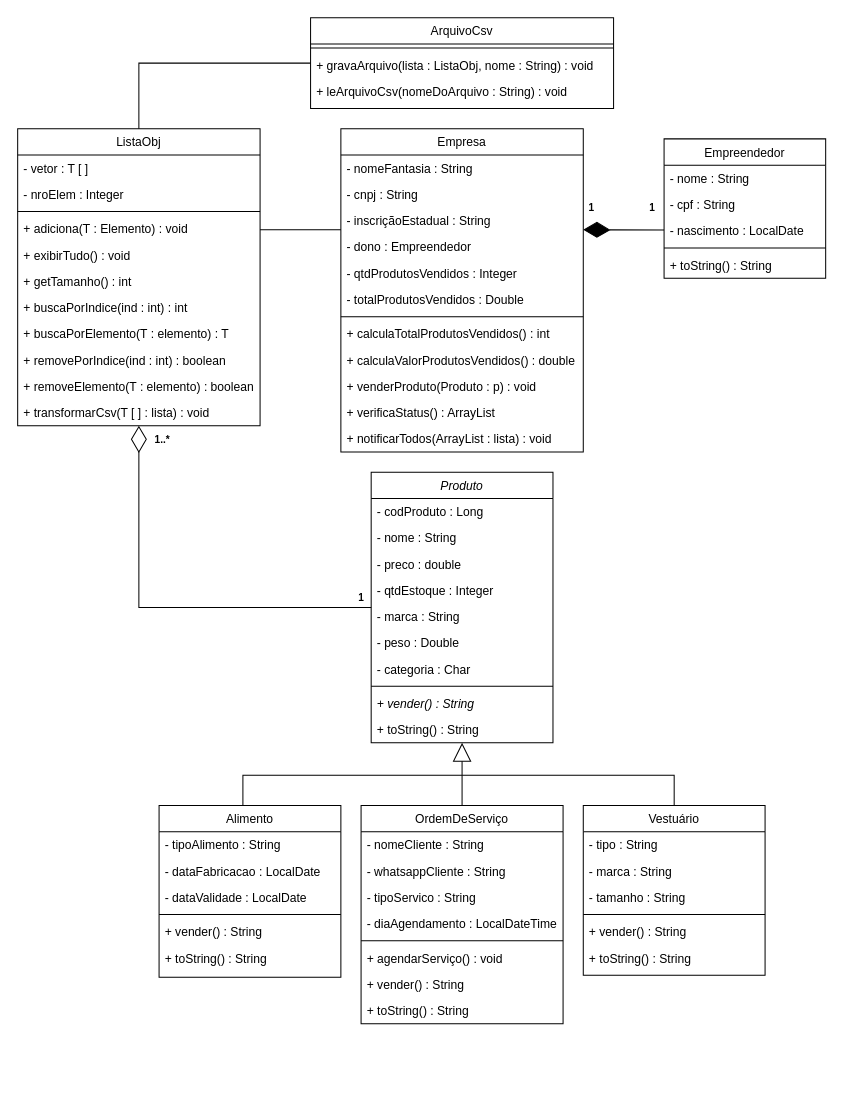
Before: Diagramas/UML/UML_Sollute.drawio in ogabrielalves/Sollute, a draw.io diagram. Source tidied: cells renumbered, new cells numbered last; positions are measured from the earlier drawing's top-left corner, leaving out a move shared by most shapes. Both pictures are drawn from the tidied source at 101%, with x=0, y=0 at pixel (17, 17).
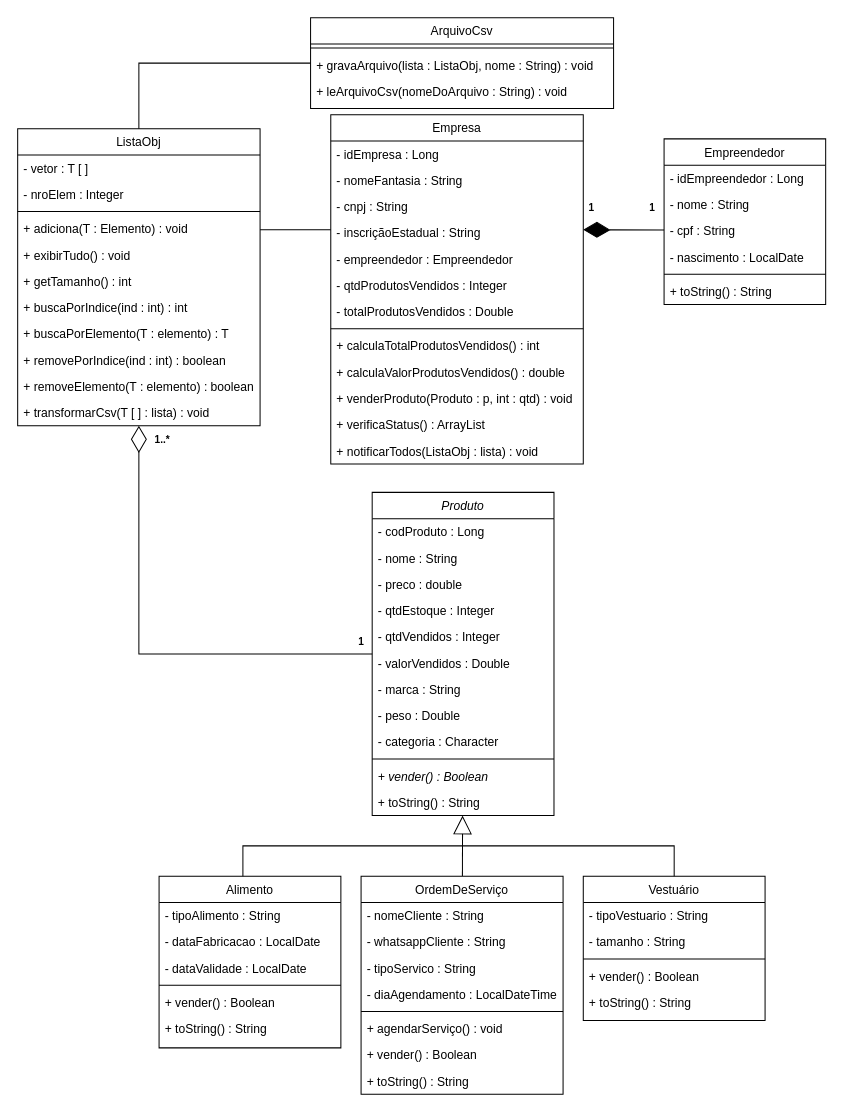
The same diagram, later.

The change refers to these unchanged cells:
```xml
<mxCell id="17" value="ListaObj" style="swimlane;fontStyle=0;align=center;verticalAlign=top;horizontal=1;startSize=26;rounded=0;shadow=0;strokeWidth=1;gradientColor=none;fillColor=default;" parent="1" vertex="1">
  <mxGeometry y="110" width="240" height="294" as="geometry" />
</mxCell>
```

Change to the diagram source:
```diff
@@
-    <mxCell id="4" value="Produto" style="swimlane;fontStyle=2;align=center;verticalAlign=top;horizontal=1;startSize=26;rounded=0;shadow=0;strokeWidth=1;" parent="1" vertex="1">
-      <mxGeometry x="350" y="450" width="180" height="268" as="geometry" />
+    <mxCell id="4" value="Produto" style="swimlane;fontStyle=2;align=center;verticalAlign=top;horizontal=1;startSize=26;rounded=0;shadow=0;strokeWidth=1;fillColor=default;" parent="1" vertex="1">
+      <mxGeometry x="351" y="470" width="180" height="320" as="geometry" />
     </mxCell>
@@
+    <mxCell id="82" value="- qtdVendidos : Integer" style="text;align=left;verticalAlign=top;spacingLeft=4;spacingRight=4;overflow=hidden;rounded=0;shadow=0;html=0;" parent="4" vertex="1">
+      <mxGeometry y="130" width="180" height="26" as="geometry" />
+    </mxCell>
+    <mxCell id="83" value="- valorVendidos : Double" style="text;align=left;verticalAlign=top;spacingLeft=4;spacingRight=4;overflow=hidden;rounded=0;shadow=0;html=0;" parent="4" vertex="1">
+      <mxGeometry y="156" width="180" height="26" as="geometry" />
+    </mxCell>
     <mxCell id="9" value="- marca : String" style="text;align=left;verticalAlign=top;spacingLeft=4;spacingRight=4;overflow=hidden;rounded=0;shadow=0;html=0;" parent="4" vertex="1">
-      <mxGeometry y="130" width="180" height="26" as="geometry" />
+      <mxGeometry y="182" width="180" height="26" as="geometry" />
     </mxCell>
     <mxCell id="10" value="- peso : Double" style="text;align=left;verticalAlign=top;spacingLeft=4;spacingRight=4;overflow=hidden;rounded=0;shadow=0;html=0;" parent="4" vertex="1">
-      <mxGeometry y="156" width="180" height="26" as="geometry" />
+      <mxGeometry y="208" width="180" height="26" as="geometry" />
     </mxCell>
-    <mxCell id="11" value="- categoria : Char" style="text;align=left;verticalAlign=top;spacingLeft=4;spacingRight=4;overflow=hidden;rounded=0;shadow=0;html=0;" parent="4" vertex="1">
-      <mxGeometry y="182" width="180" height="26" as="geometry" />
+    <mxCell id="11" value="- categoria : Character" style="text;align=left;verticalAlign=top;spacingLeft=4;spacingRight=4;overflow=hidden;rounded=0;shadow=0;html=0;" parent="4" vertex="1">
+      <mxGeometry y="234" width="180" height="26" as="geometry" />
     </mxCell>
     <mxCell id="12" style="line;html=1;strokeWidth=1;align=left;verticalAlign=middle;spacingTop=-1;spacingLeft=3;spacingRight=3;labelPosition=right;" parent="4" vertex="1">
-      <mxGeometry y="208" width="180" height="8" as="geometry" />
+      <mxGeometry y="260" width="180" height="8" as="geometry" />
     </mxCell>
-    <mxCell id="13" value="+ vender() : String" style="text;align=left;verticalAlign=top;spacingLeft=4;spacingRight=4;overflow=hidden;fontStyle=2;" parent="4" vertex="1">
-      <mxGeometry y="216" width="180" height="26" as="geometry" />
+    <mxCell id="13" value="+ vender() : Boolean" style="text;align=left;verticalAlign=top;spacingLeft=4;spacingRight=4;overflow=hidden;fontStyle=2;" parent="4" vertex="1">
+      <mxGeometry y="268" width="180" height="26" as="geometry" />
     </mxCell>
     <mxCell id="14" value="+ toString() : String" style="text;align=left;verticalAlign=top;spacingLeft=4;spacingRight=4;overflow=hidden;fontStyle=0;" parent="4" vertex="1">
-      <mxGeometry y="242" width="180" height="26" as="geometry" />
+      <mxGeometry y="294" width="180" height="26" as="geometry" />
     </mxCell>
@@
     <mxCell id="29" style="endArrow=diamondThin;endFill=0;endSize=24;html=1;rounded=0;" parent="1" edge="1" source="4" target="17">
       <mxGeometry relative="1" as="geometry">
         <Array as="points">
-          <mxPoint x="120" y="584" />
+          <mxPoint x="120" y="630" />
         </Array>
       </mxGeometry>
     </mxCell>
     <mxCell id="30" value="1" style="text;html=1;align=center;verticalAlign=middle;strokeColor=none;fillColor=none;fontSize=10;fontStyle=1;" parent="1" vertex="1">
-      <mxGeometry x="332" y="566" width="16" height="16" as="geometry" />
+      <mxGeometry x="332" y="610" width="16" height="16" as="geometry" />
     </mxCell>
@@
     <mxCell id="32" value="Empresa" style="swimlane;fontStyle=0;align=center;verticalAlign=top;horizontal=1;startSize=26;rounded=0;shadow=0;strokeWidth=1;gradientColor=none;" parent="1" vertex="1">
-      <mxGeometry x="320" y="110" width="240" height="320" as="geometry" />
+      <mxGeometry x="310" y="96" width="250" height="346" as="geometry" />
     </mxCell>
+    <mxCell id="84" value="- idEmpresa : Long" style="text;align=left;verticalAlign=top;spacingLeft=4;spacingRight=4;overflow=hidden;" parent="32" vertex="1">
+      <mxGeometry y="26" width="250" height="26" as="geometry" />
+    </mxCell>
     <mxCell id="33" value="- nomeFantasia : String" style="text;align=left;verticalAlign=top;spacingLeft=4;spacingRight=4;overflow=hidden;" parent="32" vertex="1">
-      <mxGeometry y="26" width="240" height="26" as="geometry" />
+      <mxGeometry y="52" width="250" height="26" as="geometry" />
     </mxCell>
     <mxCell id="34" value="- cnpj : String" style="text;align=left;verticalAlign=top;spacingLeft=4;spacingRight=4;overflow=hidden;rounded=0;shadow=0;html=0;" parent="32" vertex="1">
-      <mxGeometry y="52" width="240" height="26" as="geometry" />
+      <mxGeometry y="78" width="250" height="26" as="geometry" />
     </mxCell>
     <mxCell id="35" value="- inscriçãoEstadual : String" style="text;align=left;verticalAlign=top;spacingLeft=4;spacingRight=4;overflow=hidden;rounded=0;shadow=0;html=0;" parent="32" vertex="1">
-      <mxGeometry y="78" width="240" height="26" as="geometry" />
+      <mxGeometry y="104" width="250" height="26" as="geometry" />
     </mxCell>
-    <mxCell id="36" value="- dono : Empreendedor" style="text;align=left;verticalAlign=top;spacingLeft=4;spacingRight=4;overflow=hidden;rounded=0;shadow=0;html=0;" parent="32" vertex="1">
-      <mxGeometry y="104" width="240" height="26" as="geometry" />
+    <mxCell id="36" value="- empreendedor : Empreendedor" style="text;align=left;verticalAlign=top;spacingLeft=4;spacingRight=4;overflow=hidden;rounded=0;shadow=0;html=0;" parent="32" vertex="1">
+      <mxGeometry y="130" width="250" height="26" as="geometry" />
     </mxCell>
     <mxCell id="37" value="- qtdProdutosVendidos : Integer" style="text;align=left;verticalAlign=top;spacingLeft=4;spacingRight=4;overflow=hidden;rounded=0;shadow=0;html=0;" parent="32" vertex="1">
-      <mxGeometry y="130" width="240" height="26" as="geometry" />
+      <mxGeometry y="156" width="250" height="26" as="geometry" />
     </mxCell>
     <mxCell id="38" value="- totalProdutosVendidos : Double" style="text;align=left;verticalAlign=top;spacingLeft=4;spacingRight=4;overflow=hidden;rounded=0;shadow=0;html=0;" parent="32" vertex="1">
-      <mxGeometry y="156" width="240" height="26" as="geometry" />
+      <mxGeometry y="182" width="250" height="26" as="geometry" />
     </mxCell>
     <mxCell id="39" style="line;html=1;strokeWidth=1;align=left;verticalAlign=middle;spacingTop=-1;spacingLeft=3;spacingRight=3;labelPosition=right;" parent="32" vertex="1">
-      <mxGeometry y="182" width="240" height="8" as="geometry" />
+      <mxGeometry y="208" width="250" height="8" as="geometry" />
     </mxCell>
     <mxCell id="40" value="+ calculaTotalProdutosVendidos() : int" style="text;align=left;verticalAlign=top;spacingLeft=4;spacingRight=4;overflow=hidden;" parent="32" vertex="1">
-      <mxGeometry y="190" width="240" height="26" as="geometry" />
+      <mxGeometry y="216" width="250" height="26" as="geometry" />
     </mxCell>
     <mxCell id="41" value="+ calculaValorProdutosVendidos() : double" style="text;align=left;verticalAlign=top;spacingLeft=4;spacingRight=4;overflow=hidden;" parent="32" vertex="1">
-      <mxGeometry y="216" width="240" height="26" as="geometry" />
+      <mxGeometry y="242" width="250" height="26" as="geometry" />
     </mxCell>
-    <mxCell id="42" value="+ venderProduto(Produto : p) : void" style="text;align=left;verticalAlign=top;spacingLeft=4;spacingRight=4;overflow=hidden;" parent="32" vertex="1">
-      <mxGeometry y="242" width="240" height="26" as="geometry" />
+    <mxCell id="42" value="+ venderProduto(Produto : p, int : qtd) : void" style="text;align=left;verticalAlign=top;spacingLeft=4;spacingRight=4;overflow=hidden;" parent="32" vertex="1">
+      <mxGeometry y="268" width="250" height="26" as="geometry" />
     </mxCell>
     <mxCell id="43" value="+ verificaStatus() : ArrayList" style="text;align=left;verticalAlign=top;spacingLeft=4;spacingRight=4;overflow=hidden;" parent="32" vertex="1">
-      <mxGeometry y="268" width="240" height="26" as="geometry" />
+      <mxGeometry y="294" width="250" height="26" as="geometry" />
     </mxCell>
-    <mxCell id="44" value="+ notificarTodos(ArrayList : lista) : void" style="text;align=left;verticalAlign=top;spacingLeft=4;spacingRight=4;overflow=hidden;" parent="32" vertex="1">
-      <mxGeometry y="294" width="240" height="26" as="geometry" />
+    <mxCell id="44" value="+ notificarTodos(ListaObj : lista) : void" style="text;align=left;verticalAlign=top;spacingLeft=4;spacingRight=4;overflow=hidden;" parent="32" vertex="1">
+      <mxGeometry y="320" width="250" height="26" as="geometry" />
     </mxCell>
     <mxCell id="45" value="Empreendedor" style="swimlane;fontStyle=0;align=center;verticalAlign=top;horizontal=1;startSize=26;rounded=0;shadow=0;strokeWidth=1;" parent="1" vertex="1">
-      <mxGeometry x="640" y="120" width="160" height="138" as="geometry" />
+      <mxGeometry x="640" y="120" width="160" height="164" as="geometry" />
     </mxCell>
+    <mxCell id="85" value="- idEmpreendedor : Long" style="text;align=left;verticalAlign=top;spacingLeft=4;spacingRight=4;overflow=hidden;" parent="45" vertex="1">
+      <mxGeometry y="26" width="160" height="26" as="geometry" />
+    </mxCell>
     <mxCell id="46" value="- nome : String" style="text;align=left;verticalAlign=top;spacingLeft=4;spacingRight=4;overflow=hidden;" parent="45" vertex="1">
-      <mxGeometry y="26" width="160" height="26" as="geometry" />
+      <mxGeometry y="52" width="160" height="26" as="geometry" />
     </mxCell>
     <mxCell id="47" value="- cpf : String" style="text;align=left;verticalAlign=top;spacingLeft=4;spacingRight=4;overflow=hidden;rounded=0;shadow=0;html=0;" parent="45" vertex="1">
-      <mxGeometry y="52" width="160" height="26" as="geometry" />
+      <mxGeometry y="78" width="160" height="26" as="geometry" />
     </mxCell>
     <mxCell id="48" value="- nascimento : LocalDate" style="text;align=left;verticalAlign=top;spacingLeft=4;spacingRight=4;overflow=hidden;rounded=0;shadow=0;html=0;" parent="45" vertex="1">
-      <mxGeometry y="78" width="160" height="26" as="geometry" />
+      <mxGeometry y="104" width="160" height="26" as="geometry" />
     </mxCell>
     <mxCell id="49" style="line;html=1;strokeWidth=1;align=left;verticalAlign=middle;spacingTop=-1;spacingLeft=3;spacingRight=3;labelPosition=right;" parent="45" vertex="1">
-      <mxGeometry y="104" width="160" height="8" as="geometry" />
+      <mxGeometry y="130" width="160" height="8" as="geometry" />
     </mxCell>
     <mxCell id="50" value="+ toString() : String" style="text;align=left;verticalAlign=top;spacingLeft=4;spacingRight=4;overflow=hidden;fontStyle=0;" parent="45" vertex="1">
-      <mxGeometry y="112" width="160" height="26" as="geometry" />
+      <mxGeometry y="138" width="160" height="26" as="geometry" />
     </mxCell>
@@
     <mxCell id="56" style="endArrow=none;html=1;rounded=0;" parent="1" edge="1">
       <mxGeometry relative="1" as="geometry">
         <mxPoint x="240" y="210" as="sourcePoint" />
-        <mxPoint x="320" y="210" as="targetPoint" />
+        <mxPoint x="310" y="210" as="targetPoint" />
       </mxGeometry>
     </mxCell>
     <mxCell id="57" value="Alimento" style="swimlane;fontStyle=0;align=center;verticalAlign=top;horizontal=1;startSize=26;rounded=0;shadow=0;strokeWidth=1;" parent="1" vertex="1">
-      <mxGeometry x="140" y="780" width="180" height="170" as="geometry" />
+      <mxGeometry x="140" y="850" width="180" height="170" as="geometry" />
     </mxCell>
@@
-    <mxCell id="62" value="+ vender() : String" style="text;align=left;verticalAlign=top;spacingLeft=4;spacingRight=4;overflow=hidden;" parent="57" vertex="1">
+    <mxCell id="62" value="+ vender() : Boolean" style="text;align=left;verticalAlign=top;spacingLeft=4;spacingRight=4;overflow=hidden;" parent="57" vertex="1">
       <mxGeometry y="112" width="180" height="26" as="geometry" />
     </mxCell>
@@
     <mxCell id="64" value="OrdemDeServiço" style="swimlane;fontStyle=0;align=center;verticalAlign=top;horizontal=1;startSize=26;rounded=0;shadow=0;strokeWidth=1;" parent="1" vertex="1">
-      <mxGeometry x="340" y="780" width="200" height="216" as="geometry" />
+      <mxGeometry x="340" y="850" width="200" height="216" as="geometry" />
     </mxCell>
@@
-    <mxCell id="71" value="+ vender() : String" style="text;align=left;verticalAlign=top;spacingLeft=4;spacingRight=4;overflow=hidden;" parent="64" vertex="1">
+    <mxCell id="71" value="+ vender() : Boolean" style="text;align=left;verticalAlign=top;spacingLeft=4;spacingRight=4;overflow=hidden;" parent="64" vertex="1">
       <mxGeometry y="164" width="200" height="26" as="geometry" />
     </mxCell>
@@
     <mxCell id="73" value="Vestuário" style="swimlane;fontStyle=0;align=center;verticalAlign=top;horizontal=1;startSize=26;rounded=0;shadow=0;strokeWidth=1;" parent="1" vertex="1">
-      <mxGeometry x="560" y="780" width="180" height="168" as="geometry" />
+      <mxGeometry x="560" y="850" width="180" height="143" as="geometry" />
     </mxCell>
-    <mxCell id="74" value="- tipo : String" style="text;align=left;verticalAlign=top;spacingLeft=4;spacingRight=4;overflow=hidden;" parent="73" vertex="1">
+    <mxCell id="74" value="- tipoVestuario : String" style="text;align=left;verticalAlign=top;spacingLeft=4;spacingRight=4;overflow=hidden;" parent="73" vertex="1">
       <mxGeometry y="26" width="180" height="26" as="geometry" />
     </mxCell>
-    <mxCell id="75" value="- marca : String" style="text;align=left;verticalAlign=top;spacingLeft=4;spacingRight=4;overflow=hidden;rounded=0;shadow=0;html=0;" parent="73" vertex="1">
-      <mxGeometry y="52" width="180" height="26" as="geometry" />
-    </mxCell>
     <mxCell id="76" value="- tamanho : String" style="text;align=left;verticalAlign=top;spacingLeft=4;spacingRight=4;overflow=hidden;rounded=0;shadow=0;html=0;" parent="73" vertex="1">
-      <mxGeometry y="78" width="180" height="26" as="geometry" />
+      <mxGeometry y="52" width="180" height="26" as="geometry" />
     </mxCell>
     <mxCell id="77" style="line;html=1;strokeWidth=1;align=left;verticalAlign=middle;spacingTop=-1;spacingLeft=3;spacingRight=3;labelPosition=right;" parent="73" vertex="1">
-      <mxGeometry y="104" width="180" height="8" as="geometry" />
+      <mxGeometry y="78" width="180" height="8" as="geometry" />
     </mxCell>
-    <mxCell id="78" value="+ vender() : String" style="text;align=left;verticalAlign=top;spacingLeft=4;spacingRight=4;overflow=hidden;" parent="73" vertex="1">
-      <mxGeometry y="112" width="180" height="26" as="geometry" />
+    <mxCell id="78" value="+ vender() : Boolean" style="text;align=left;verticalAlign=top;spacingLeft=4;spacingRight=4;overflow=hidden;" parent="73" vertex="1">
+      <mxGeometry y="86" width="180" height="26" as="geometry" />
     </mxCell>
     <mxCell id="79" value="+ toString() : String" style="text;align=left;verticalAlign=top;spacingLeft=4;spacingRight=4;overflow=hidden;" parent="73" vertex="1">
-      <mxGeometry y="138" width="180" height="26" as="geometry" />
+      <mxGeometry y="112" width="180" height="26" as="geometry" />
     </mxCell>
     <mxCell id="80" style="endArrow=none;html=1;rounded=0;" parent="1" edge="1">
       <mxGeometry relative="1" as="geometry">
-        <mxPoint x="223" y="780" as="sourcePoint" />
-        <mxPoint x="440" y="750" as="targetPoint" />
+        <mxPoint x="223" y="850" as="sourcePoint" />
+        <mxPoint x="440" y="820" as="targetPoint" />
         <Array as="points">
-          <mxPoint x="223" y="750" />
+          <mxPoint x="223" y="820" />
         </Array>
       </mxGeometry>
     </mxCell>
-    <mxCell id="81" style="endArrow=none;html=1;rounded=0;" parent="1" edge="1" target="73">
+    <mxCell id="81" style="endArrow=none;html=1;rounded=0;" parent="1" edge="1">
       <mxGeometry relative="1" as="geometry">
-        <mxPoint x="440" y="750" as="sourcePoint" />
+        <mxPoint x="440" y="820" as="sourcePoint" />
+        <mxPoint x="650" y="850" as="targetPoint" />
         <Array as="points">
-          <mxPoint x="650" y="750" />
+          <mxPoint x="650" y="820" />
         </Array>
       </mxGeometry>
     </mxCell>
```
